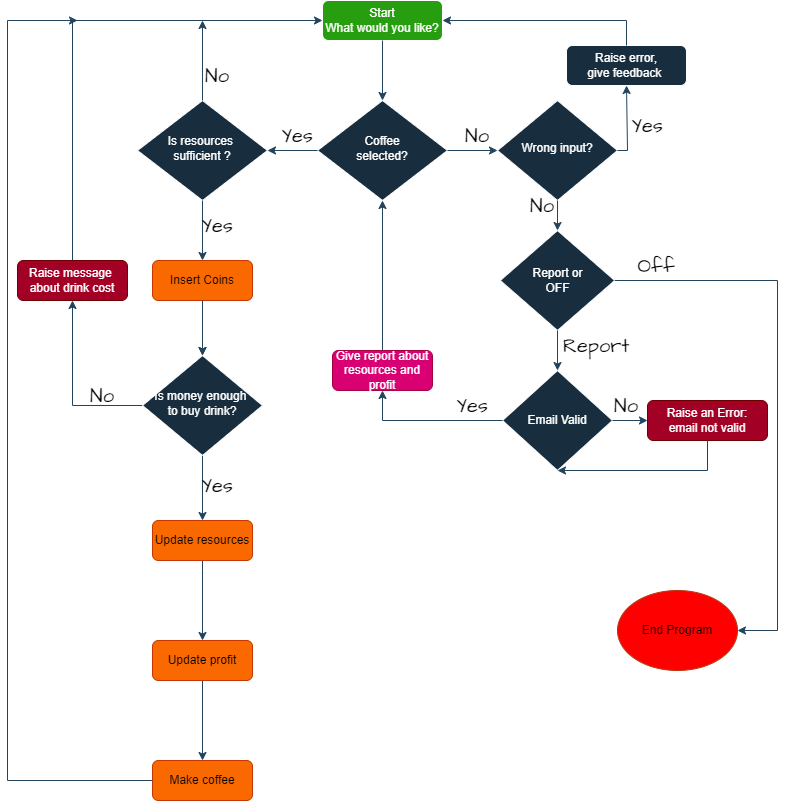
Above: docs/flowchart.png in Viacheslav1510/CI_PP3_Coffee_Machine (draw.io), before the change. Source tidied: cells renumbered, new cells last; positions are measured from the earlier drawing's top-left corner, leaving out a move shared by most shapes.
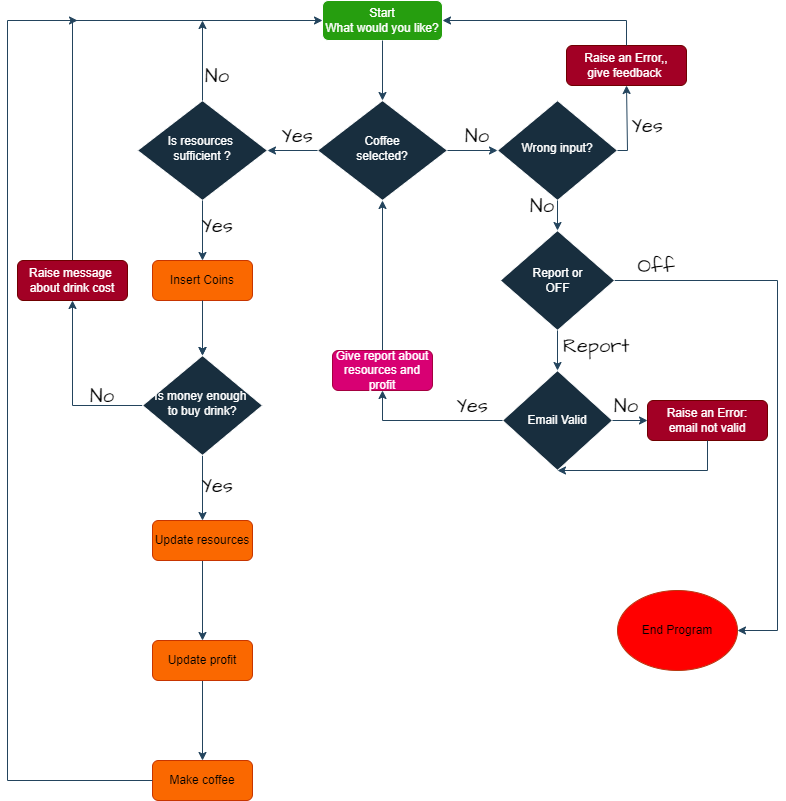
After the commit.

Commit message:
Replace flowchart image

The edit, as a diff of the source:
```diff
@@ -14,7 +14,7 @@
     <mxCell id="5" value="Wrong input?" style="rhombus;whiteSpace=wrap;html=1;shadow=0;fontFamily=Helvetica;fontSize=12;align=center;strokeWidth=1;spacing=6;spacingTop=-4;labelBackgroundColor=none;fillColor=#182E3E;strokeColor=#FFFFFF;fontColor=#FFFFFF;" parent="1" vertex="1">
       <mxGeometry x="490" y="100" width="120" height="100" as="geometry" />
     </mxCell>
-    <mxCell id="6" value="Raise error, &lt;br&gt;give feedback&amp;nbsp;" style="rounded=1;whiteSpace=wrap;html=1;fontSize=12;glass=0;strokeWidth=1;shadow=0;labelBackgroundColor=none;fillColor=#182E3E;strokeColor=#FFFFFF;fontColor=#FFFFFF;" parent="1" vertex="1">
+    <mxCell id="6" value="Raise an Error,, &lt;br&gt;give feedback&amp;nbsp;" style="rounded=1;whiteSpace=wrap;html=1;fontSize=12;glass=0;strokeWidth=1;shadow=0;labelBackgroundColor=none;fillColor=#a20025;strokeColor=#6F0000;fontColor=#ffffff;" parent="1" vertex="1">
       <mxGeometry x="559" y="45" width="120" height="40" as="geometry" />
     </mxCell>
     <mxCell id="7" style="endArrow=classic;html=1;rounded=0;exitX=0.5;exitY=0;exitDx=0;exitDy=0;entryX=1;entryY=0.5;entryDx=0;entryDy=0;labelBackgroundColor=none;strokeColor=#23445D;fontColor=default;" parent="1" edge="1" source="6" target="2">
```
